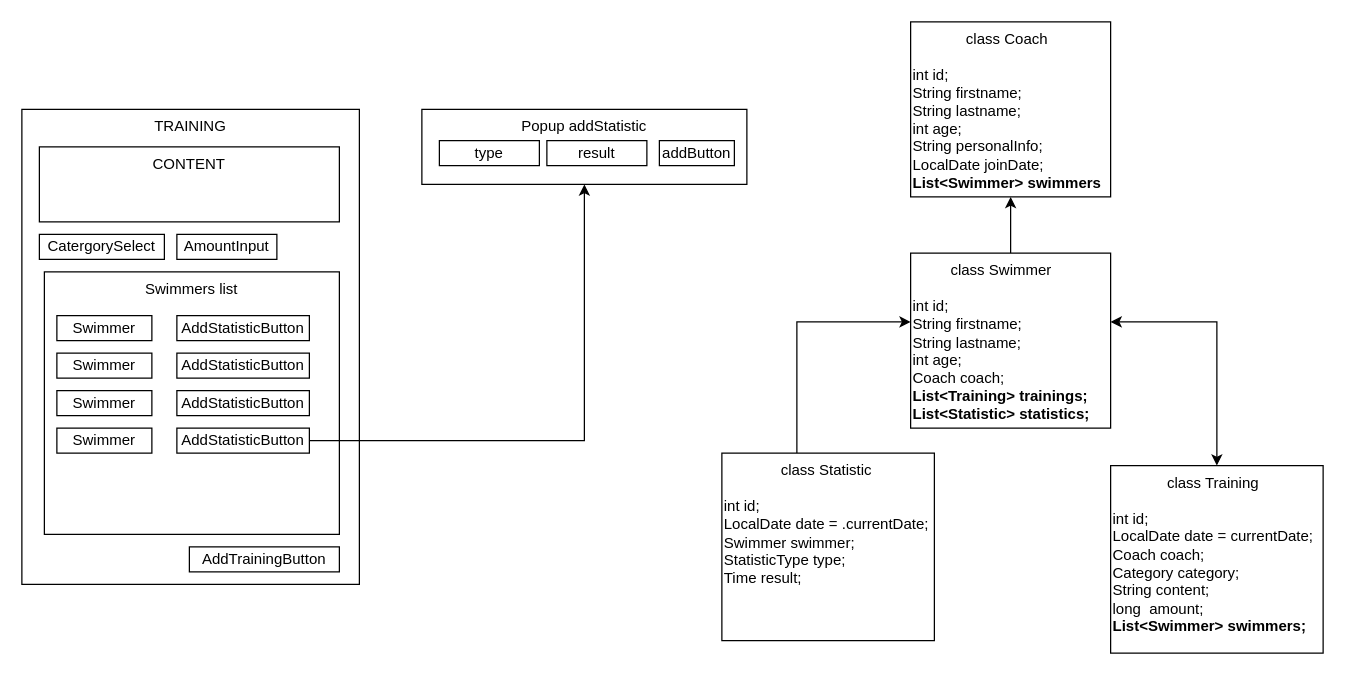
This is page "Page-3" (3 of 4) of spring-boot-and-angular-project.drawio from Kur0liszek/nauka, a draw.io file, before an edit. Source tidied: cells renumbered, new cells numbered last; positions are measured from the earlier drawing's top-left corner, leaving out a move shared by most shapes. Both pictures are drawn from the tidied source at 125%, with x=0, y=0 at pixel (21, 21).
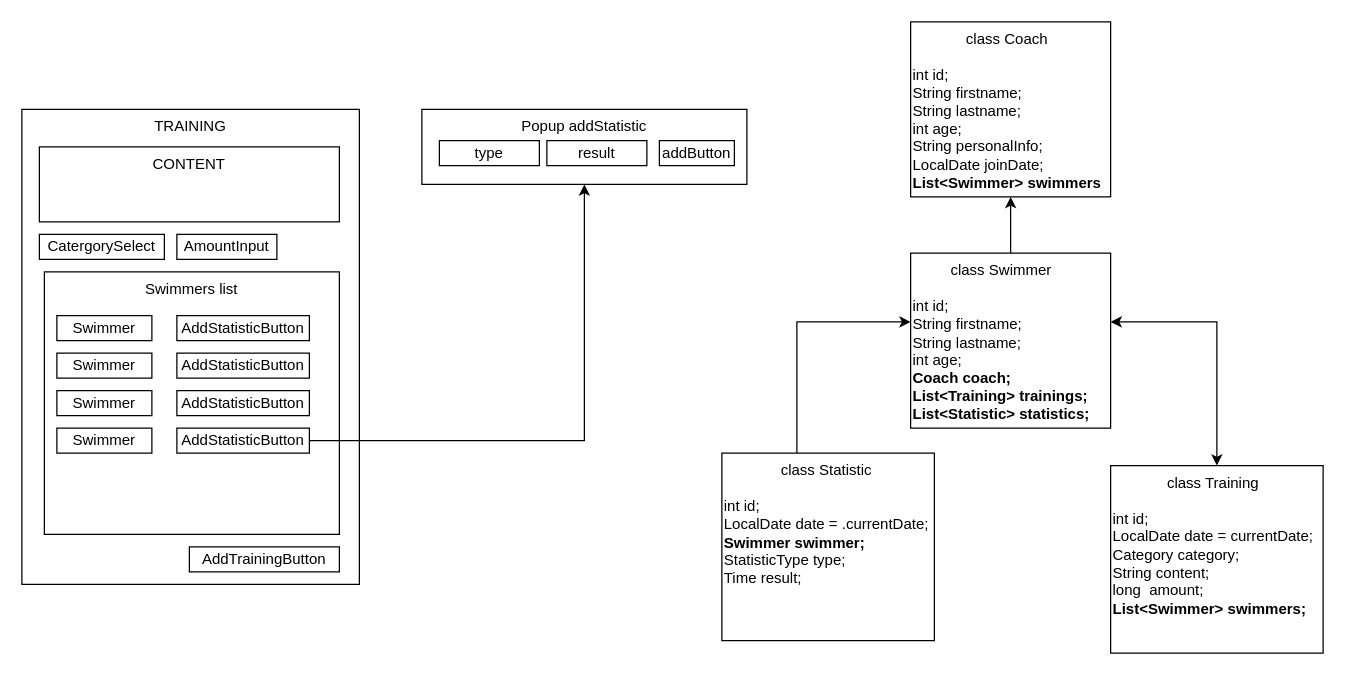
The same page after the edit.

Change to the diagram source:
```diff
@@
-    <mxCell id="20" value="&lt;div style=&quot;text-align: center&quot;&gt;&lt;span&gt;class Statistic&lt;/span&gt;&lt;/div&gt;&lt;br&gt;int id;&lt;br&gt;LocalDate date = .currentDate;&lt;br&gt;Swimmer swimmer;&lt;br&gt;StatisticType type;&lt;br&gt;Time result;" style="whiteSpace=wrap;html=1;verticalAlign=top;align=left;" parent="1" vertex="1">
+    <mxCell id="20" value="&lt;div style=&quot;text-align: center&quot;&gt;&lt;span&gt;class Statistic&lt;/span&gt;&lt;/div&gt;&lt;br&gt;int id;&lt;br&gt;LocalDate date = .currentDate;&lt;br&gt;&lt;b&gt;Swimmer swimmer;&lt;/b&gt;&lt;br&gt;StatisticType type;&lt;br&gt;Time result;" style="whiteSpace=wrap;html=1;verticalAlign=top;align=left;" parent="1" vertex="1">
       <mxGeometry x="560" y="345" width="170" height="150" as="geometry" />
     </mxCell>
@@
-    <mxCell id="22" value="&lt;div style=&quot;text-align: center&quot;&gt;&lt;span&gt;class Training&lt;/span&gt;&lt;/div&gt;&lt;div&gt;&lt;br&gt;&lt;/div&gt;int id;&lt;br&gt;LocalDate date = currentDate;&lt;br&gt;Coach coach;&lt;br&gt;Category category;&lt;br&gt;String content;&lt;br&gt;long&amp;nbsp; amount;&lt;br&gt;&lt;b&gt;List&amp;lt;Swimmer&amp;gt; swimmers;&lt;/b&gt;" style="whiteSpace=wrap;html=1;verticalAlign=top;align=left;" parent="1" vertex="1">
+    <mxCell id="22" value="&lt;div style=&quot;text-align: center&quot;&gt;&lt;span&gt;class Training&lt;/span&gt;&lt;/div&gt;&lt;div&gt;&lt;br&gt;&lt;/div&gt;int id;&lt;br&gt;LocalDate date = currentDate;&lt;br&gt;Category category;&lt;br&gt;String content;&lt;br&gt;long&amp;nbsp; amount;&lt;br&gt;&lt;b&gt;List&amp;lt;Swimmer&amp;gt; swimmers;&lt;/b&gt;" style="whiteSpace=wrap;html=1;verticalAlign=top;align=left;" parent="1" vertex="1">
       <mxGeometry x="871" y="355" width="170" height="150" as="geometry" />
     </mxCell>
@@
-    <mxCell id="24" value="&lt;div style=&quot;text-align: center&quot;&gt;&lt;span&gt;class Swimmer&lt;/span&gt;&lt;/div&gt;&lt;div&gt;&lt;br&gt;&lt;/div&gt;int id;&lt;br&gt;String firstname;&lt;br&gt;String lastname;&lt;br&gt;int age;&lt;br&gt;Coach coach;&lt;br&gt;&lt;b&gt;List&amp;lt;Training&amp;gt; trainings;&lt;br&gt;List&amp;lt;Statistic&amp;gt; statistics;&lt;br&gt;&lt;/b&gt;" style="whiteSpace=wrap;html=1;verticalAlign=top;align=left;" parent="1" vertex="1">
+    <mxCell id="24" value="&lt;div style=&quot;text-align: center&quot;&gt;&lt;span&gt;class Swimmer&lt;/span&gt;&lt;/div&gt;&lt;div&gt;&lt;br&gt;&lt;/div&gt;int id;&lt;br&gt;String firstname;&lt;br&gt;String lastname;&lt;br&gt;int age;&lt;br&gt;&lt;b&gt;Coach coach;&lt;/b&gt;&lt;br&gt;&lt;b&gt;List&amp;lt;Training&amp;gt; trainings;&lt;br&gt;List&amp;lt;Statistic&amp;gt; statistics;&lt;br&gt;&lt;/b&gt;" style="whiteSpace=wrap;html=1;verticalAlign=top;align=left;" parent="1" vertex="1">
       <mxGeometry x="711" y="185" width="160" height="140" as="geometry" />
     </mxCell>
```
